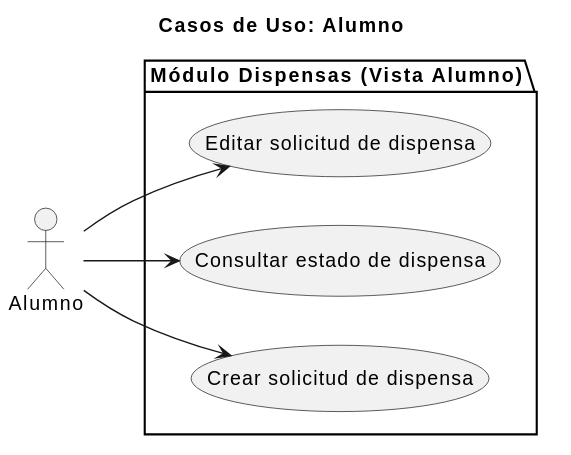
The PlantUML diagram documents/requisitado/01-actores-casos-uso/Alumno.svg in jerdier/25-26-idsw2-sdVC, before a commit.
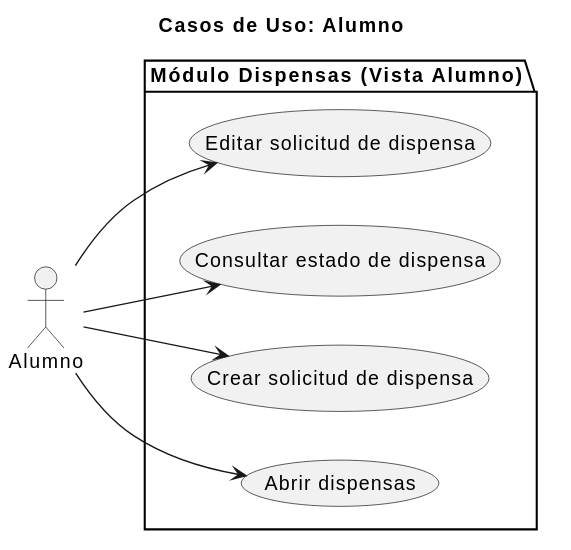
The same diagram one commit later.

Change to the diagram source:
```diff
@@ -6,11 +6,13 @@
 actor Alumno
 
 package "Módulo Dispensas (Vista Alumno)" {
+    usecase "Abrir dispensas" as AbrirDispensas
     usecase "Crear solicitud de dispensa" as CrearSolicitudDispensa
     usecase "Consultar estado de dispensa" as ConsultarEstadoDispensa
     usecase "Editar solicitud de dispensa" as EditarSolicitudDispensa
 }
 
+Alumno --> AbrirDispensas
 Alumno --> CrearSolicitudDispensa
 Alumno --> ConsultarEstadoDispensa
 Alumno --> EditarSolicitudDispensa
```
